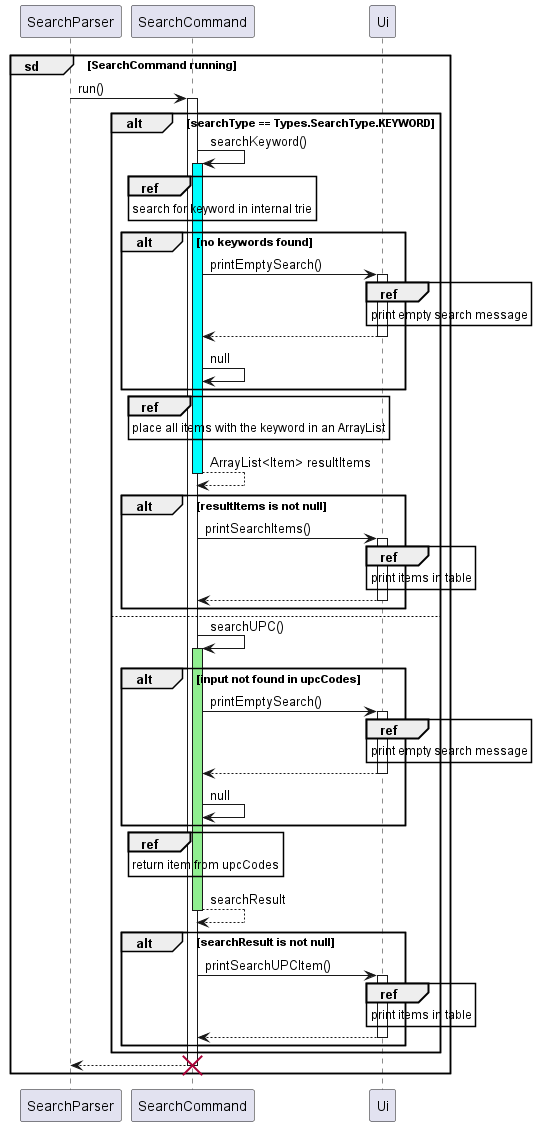
nus-cs2113-AY2223S2/tp keeps this PlantUML diagram as docs/UML/Search/SearchCommand.png. Above is the earlier version.
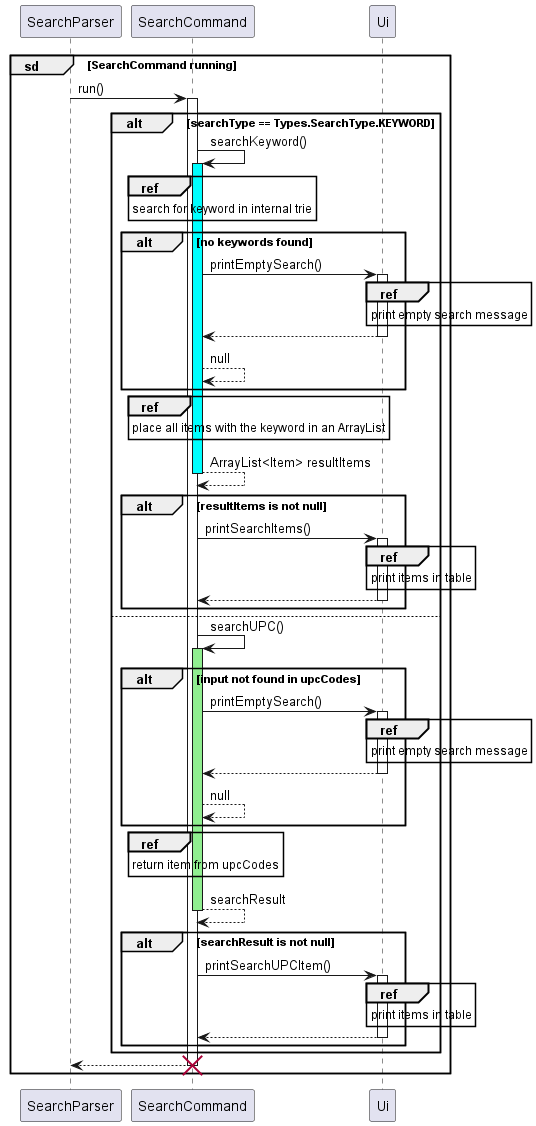
After the change.

What changed in the source:
```diff
@@ -19,7 +19,7 @@
                 print empty search message
             end ref
             return
-            SearchCommand -> SearchCommand: null
+            SearchCommand --> SearchCommand: null
         end
         ref over SearchCommand
             place all items with the keyword in an ArrayList
@@ -43,7 +43,7 @@
                 print empty search message
             end ref
             return
-            SearchCommand -> SearchCommand: null
+            SearchCommand --> SearchCommand: null
         end
         ref over SearchCommand
             return item from upcCodes
```
